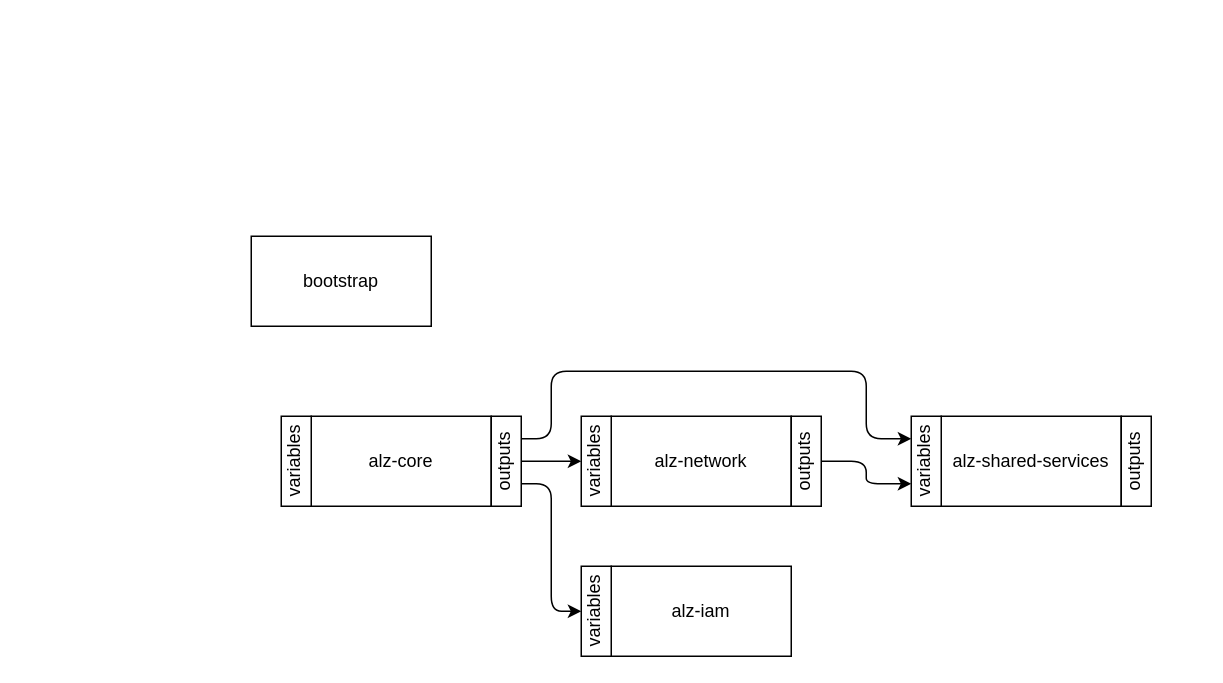
Above: page "Overview" (1 of 2) of ta-alz.drawio in balazspados/azure-sandbox (draw.io), before the change. Source tidied: cells renumbered, new cells numbered last; positions are measured from the earlier drawing's top-left corner, leaving out a move shared by most shapes. Both pictures are drawn from the tidied source at 150%, with x=0, y=0 at pixel (250, 236).
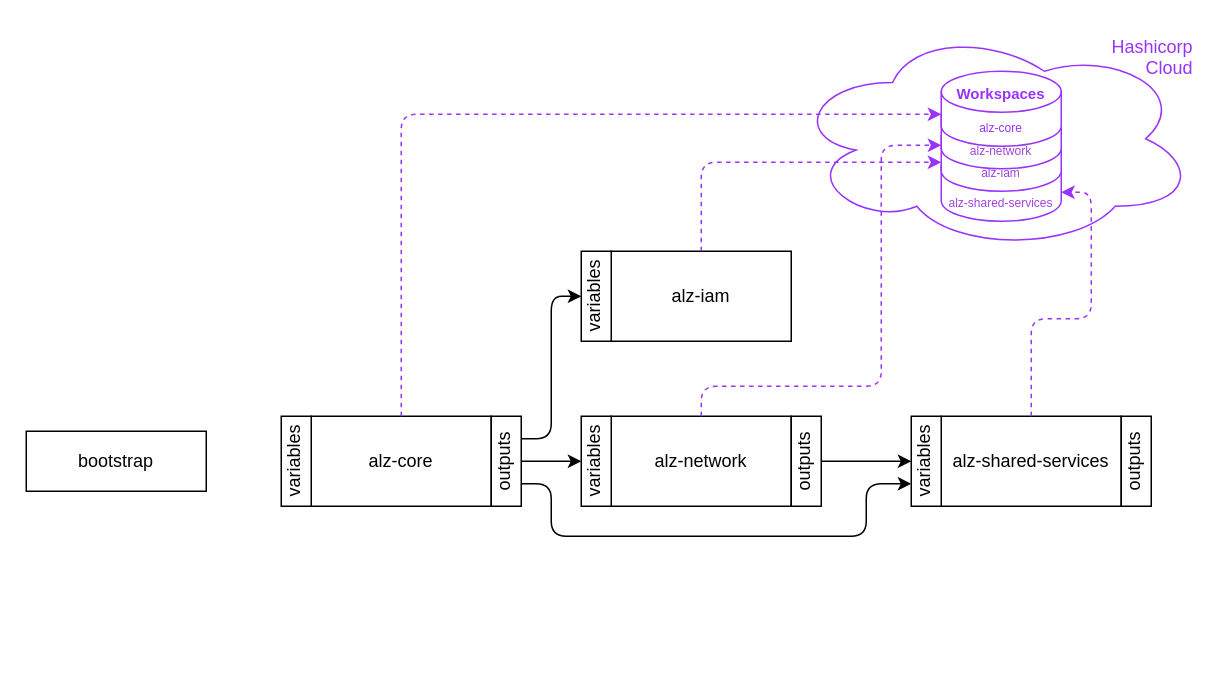
The same diagram, later.

The change refers to these unchanged cells:
```xml
<mxCell id="8" value="alz-core" style="rounded=0;whiteSpace=wrap;html=1;" parent="7" vertex="1">
  <mxGeometry x="20" width="120" height="60" as="geometry" />
</mxCell>
<mxCell id="9" value="outputs" style="rounded=0;whiteSpace=wrap;html=1;textDirection=vertical-rl;rotation=-180;" parent="7" vertex="1">
  <mxGeometry x="140" width="20" height="60" as="geometry" />
</mxCell>
<mxCell id="12" value="alz-network" style="rounded=0;whiteSpace=wrap;html=1;" parent="11" vertex="1">
  <mxGeometry x="20" width="120" height="60" as="geometry" />
</mxCell>
<mxCell id="14" value="outputs" style="rounded=0;whiteSpace=wrap;html=1;textDirection=vertical-rl;rotation=-180;" parent="11" vertex="1">
  <mxGeometry x="140" width="20" height="60" as="geometry" />
</mxCell>
<mxCell id="16" value="alz-shared-services" style="rounded=0;whiteSpace=wrap;html=1;" parent="15" vertex="1">
  <mxGeometry x="20" width="120" height="60" as="geometry" />
</mxCell>
<mxCell id="17" value="variables" style="rounded=0;whiteSpace=wrap;html=1;textDirection=vertical-lr;rotation=-180;" parent="15" vertex="1">
  <mxGeometry width="20" height="60" as="geometry" />
</mxCell>
<mxCell id="20" value="alz-iam" style="rounded=0;whiteSpace=wrap;html=1;" parent="19" vertex="1">
  <mxGeometry x="20" width="120" height="60" as="geometry" />
</mxCell>
<mxCell id="21" value="variables" style="rounded=0;whiteSpace=wrap;html=1;textDirection=vertical-lr;rotation=-180;" parent="19" vertex="1">
  <mxGeometry width="20" height="60" as="geometry" />
</mxCell>
```

Diff of the diagram source:
```diff
@@
+    <mxCell id="22" style="group;" parent="1" vertex="1">
+      <mxGeometry x="360" y="-140" width="270" height="150" as="geometry" />
+    </mxCell>
+    <mxCell id="23" value="&lt;span style=&quot;color: rgb(153, 51, 255);&quot;&gt;Hashicorp&lt;/span&gt;&lt;div&gt;&lt;span style=&quot;color: rgb(153, 51, 255);&quot;&gt;Cloud&lt;/span&gt;&lt;/div&gt;" style="ellipse;shape=cloud;whiteSpace=wrap;html=1;verticalAlign=top;align=right;strokeColor=#9933FF;" parent="22" vertex="1">
+      <mxGeometry width="270" height="150" as="geometry" />
+    </mxCell>
+    <mxCell id="24" style="group;strokeColor=none;" parent="22" vertex="1">
+      <mxGeometry x="100" y="30" width="80" height="100" as="geometry" />
+    </mxCell>
+    <mxCell id="25" value="&lt;div&gt;alz-shared-services&lt;/div&gt;" style="shape=cylinder3;whiteSpace=wrap;html=1;boundedLbl=1;backgroundOutline=1;size=13.690739222935278;verticalAlign=bottom;labelPosition=center;verticalLabelPosition=middle;align=center;fontSize=8;fontColor=light-dark(#a143df, #ededed);strokeColor=#9933FF;" parent="22" vertex="1">
+      <mxGeometry x="100" y="80" width="80" height="50" as="geometry" />
+    </mxCell>
+    <mxCell id="26" value="&lt;div&gt;alz-iam&lt;/div&gt;" style="shape=cylinder3;whiteSpace=wrap;html=1;boundedLbl=1;backgroundOutline=1;size=13.690739222935278;verticalAlign=bottom;labelPosition=center;verticalLabelPosition=middle;align=center;fontSize=8;fontColor=light-dark(#a143df, #ededed);strokeColor=#9933FF;" parent="22" vertex="1">
+      <mxGeometry x="100" y="60" width="80" height="50" as="geometry" />
+    </mxCell>
+    <mxCell id="27" value="&lt;div&gt;alz-network&lt;/div&gt;" style="shape=cylinder3;whiteSpace=wrap;html=1;boundedLbl=1;backgroundOutline=1;size=13.690739222935278;verticalAlign=bottom;labelPosition=center;verticalLabelPosition=middle;align=center;fontSize=8;fontColor=light-dark(#a143df, #ededed);strokeColor=#9933FF;" parent="22" vertex="1">
+      <mxGeometry x="100" y="45" width="80" height="50" as="geometry" />
+    </mxCell>
+    <mxCell id="28" value="&lt;div&gt;&lt;span style=&quot;color: rgb(153, 51, 255);&quot;&gt;alz-core&lt;/span&gt;&lt;/div&gt;" style="shape=cylinder3;whiteSpace=wrap;html=1;boundedLbl=1;backgroundOutline=1;size=13.690739222935278;verticalAlign=bottom;labelPosition=center;verticalLabelPosition=middle;align=center;fontSize=8;fontColor=light-dark(#a143df, #ededed);strokeColor=#9933FF;" parent="22" vertex="1">
+      <mxGeometry x="100" y="30" width="80" height="50" as="geometry" />
+    </mxCell>
+    <mxCell id="29" value="Workspaces" style="text;html=1;whiteSpace=wrap;strokeColor=none;fillColor=none;align=center;verticalAlign=middle;rounded=0;fontSize=10;fontColor=#9933FF;fontStyle=1;" parent="22" vertex="1">
+      <mxGeometry x="110" y="30" width="60" height="30" as="geometry" />
+    </mxCell>
@@
-    <mxCell id="3" style="edgeStyle=orthogonalEdgeStyle;jettySize=auto;html=1;exitX=0;exitY=0.75;exitDx=0;exitDy=0;entryX=1;entryY=0.75;entryDx=0;entryDy=0;" parent="1" edge="1" source="9" target="17">
+    <mxCell id="3" style="edgeStyle=orthogonalEdgeStyle;jettySize=auto;html=1;exitX=0;exitY=0.25;exitDx=0;exitDy=0;entryX=1;entryY=0.25;entryDx=0;entryDy=0;" parent="1" edge="1" source="9" target="17">
       <mxGeometry relative="1" as="geometry">
         <Array as="points">
-          <mxPoint x="200" y="135" />
-          <mxPoint x="200" y="90" />
-          <mxPoint x="410" y="90" />
-          <mxPoint x="410" y="135" />
+          <mxPoint x="200" y="165" />
+          <mxPoint x="200" y="200" />
+          <mxPoint x="410" y="200" />
+          <mxPoint x="410" y="165" />
         </Array>
       </mxGeometry>
     </mxCell>
-    <mxCell id="4" style="edgeStyle=orthogonalEdgeStyle;jettySize=auto;html=1;exitX=0;exitY=0.25;exitDx=0;exitDy=0;entryX=1;entryY=0.5;entryDx=0;entryDy=0;" parent="1" edge="1" source="9" target="21">
+    <mxCell id="4" style="edgeStyle=orthogonalEdgeStyle;jettySize=auto;html=1;exitX=0;exitY=0.75;exitDx=0;exitDy=0;entryX=1;entryY=0.5;entryDx=0;entryDy=0;" parent="1" edge="1" source="9" target="21">
       <mxGeometry relative="1" as="geometry" />
     </mxCell>
-    <mxCell id="5" style="edgeStyle=orthogonalEdgeStyle;jettySize=auto;html=1;exitX=0;exitY=0.5;exitDx=0;exitDy=0;entryX=1;entryY=0.25;entryDx=0;entryDy=0;" parent="1" edge="1" source="14" target="17">
+    <mxCell id="5" style="edgeStyle=orthogonalEdgeStyle;jettySize=auto;html=1;exitX=0;exitY=0.5;exitDx=0;exitDy=0;entryX=1;entryY=0.5;entryDx=0;entryDy=0;" parent="1" edge="1" source="14" target="17">
       <mxGeometry relative="1" as="geometry" />
     </mxCell>
     <mxCell id="6" value="bootstrap" style="rounded=0;whiteSpace=wrap;html=1;" parent="1" vertex="1">
-      <mxGeometry width="120" height="60" as="geometry" />
+      <mxGeometry x="-150" y="130" width="120" height="40" as="geometry" />
     </mxCell>
@@
     <mxCell id="19" style="group;" parent="1" vertex="1">
-      <mxGeometry x="220" y="220" width="140" height="60" as="geometry" />
+      <mxGeometry x="220" y="10" width="140" height="60" as="geometry" />
     </mxCell>
@@
+    <mxCell id="30" style="edgeStyle=orthogonalEdgeStyle;jettySize=auto;html=1;exitX=0.5;exitY=0;exitDx=0;exitDy=0;entryX=0;entryY=0;entryDx=0;entryDy=13.690739222935278;entryPerimeter=0;strokeColor=#9933FF;dashed=1;" parent="1" edge="1" source="8" target="27">
+      <mxGeometry relative="1" as="geometry" />
+    </mxCell>
+    <mxCell id="31" style="edgeStyle=orthogonalEdgeStyle;jettySize=auto;html=1;exitX=0.5;exitY=0;exitDx=0;exitDy=0;entryX=0;entryY=0;entryDx=0;entryDy=19.34536961146764;entryPerimeter=0;dashed=1;strokeColor=#9933FF;" parent="1" edge="1" source="12" target="26">
+      <mxGeometry relative="1" as="geometry">
+        <Array as="points">
+          <mxPoint x="300" y="100" />
+          <mxPoint x="420" y="100" />
+          <mxPoint x="420" y="-60.7" />
+        </Array>
+      </mxGeometry>
+    </mxCell>
+    <mxCell id="32" style="edgeStyle=orthogonalEdgeStyle;jettySize=auto;html=1;exitX=0.5;exitY=0;exitDx=0;exitDy=0;entryX=1;entryY=0;entryDx=0;entryDy=30.65463038853236;entryPerimeter=0;strokeColor=#9933FF;dashed=1;" parent="1" edge="1" source="16" target="25">
+      <mxGeometry relative="1" as="geometry" />
+    </mxCell>
+    <mxCell id="33" style="edgeStyle=orthogonalEdgeStyle;jettySize=auto;html=1;exitX=0.5;exitY=0;exitDx=0;exitDy=0;entryX=0;entryY=0;entryDx=0;entryDy=30.65463038853236;entryPerimeter=0;strokeColor=#9933FF;dashed=1;" parent="1" edge="1" source="20" target="26">
+      <mxGeometry relative="1" as="geometry" />
+    </mxCell>
```
